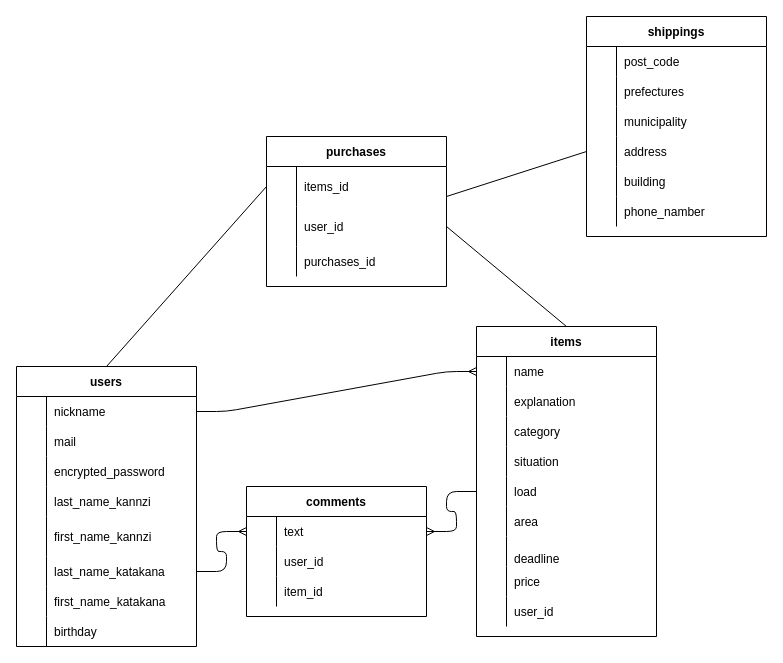
The draw.io diagram furima.dio in sidu1994/furima-37917, before the edit. Source tidied: cells renumbered, new cells numbered last; positions are measured from the earlier drawing's top-left corner, leaving out a move shared by most shapes. Both pictures are drawn from the tidied source at 100%, with x=0, y=0 at pixel (16, 16).
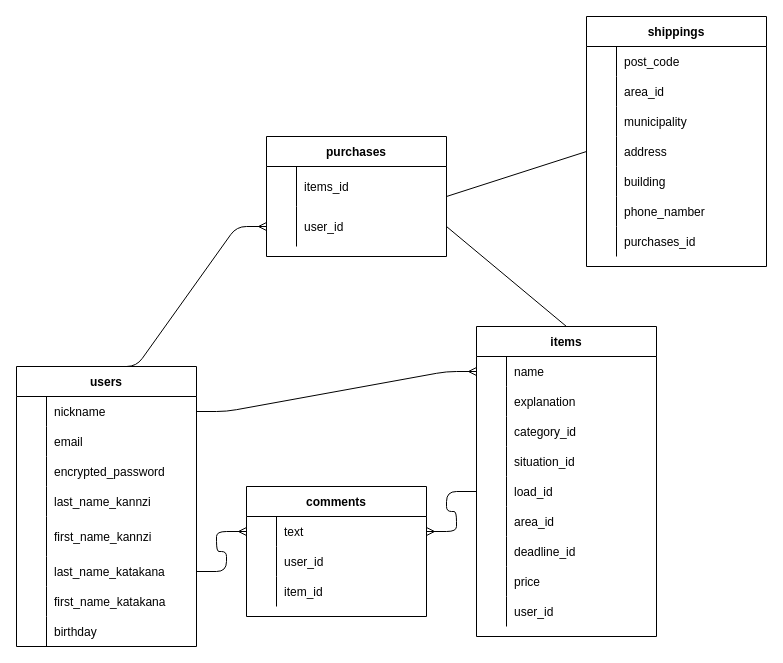
After the change.

Unchanged cells that the change refers to:
```xml
<mxCell id="2" value="users" style="shape=table;startSize=30;childLayout=tableLayout;rowLines=0;fontStyle=1;align=center;" parent="1" vertex="1">
  <mxGeometry y="350" width="180" height="280" as="geometry" />
</mxCell>
<mxCell id="6" style="shape=partialRectangle;fillColor=none;top=0;left=0;bottom=0;right=0;verticalAlign=middle;" parent="2" vertex="1">
  <mxGeometry y="60" width="180" height="30" as="geometry" />
</mxCell>
<mxCell id="34" style="shape=partialRectangle;fillColor=none;top=0;left=0;bottom=0;right=0;" parent="27" vertex="1">
  <mxGeometry y="90" width="180" height="30" as="geometry" />
</mxCell>
<mxCell id="37" style="shape=partialRectangle;fillColor=none;top=0;left=0;bottom=0;right=0;" parent="27" vertex="1">
  <mxGeometry y="120" width="180" height="30" as="geometry" />
</mxCell>
<mxCell id="40" style="shape=partialRectangle;fillColor=none;top=0;left=0;bottom=0;right=0;points=[[0,0.5],[1,0.5]];portConstraint=eastwest;" parent="27" vertex="1">
  <mxGeometry y="150" width="180" height="30" as="geometry" />
</mxCell>
<mxCell id="43" style="shape=partialRectangle;fillColor=none;top=0;left=0;bottom=0;right=0;" parent="27" vertex="1">
  <mxGeometry y="180" width="180" height="30" as="geometry" />
</mxCell>
<mxCell id="46" style="shape=partialRectangle;fillColor=none;top=0;left=0;bottom=0;right=0;" parent="27" vertex="1">
  <mxGeometry y="210" width="180" height="30" as="geometry" />
</mxCell>
<mxCell id="69" style="shape=partialRectangle;fillColor=none;top=0;left=0;bottom=0;right=0;" parent="65" vertex="1">
  <mxGeometry y="60" width="180" height="30" as="geometry" />
</mxCell>
<mxCell id="90" style="shape=partialRectangle;fillColor=none;top=0;left=0;bottom=0;right=0;points=[[0,0.5],[1,0.5]];portConstraint=eastwest;" parent="89" vertex="1">
  <mxGeometry y="30" width="180" height="40" as="geometry" />
</mxCell>
<mxCell id="93" style="shape=partialRectangle;fillColor=none;top=0;left=0;bottom=0;right=0;points=[[0,0.5],[1,0.5]];portConstraint=eastwest;" parent="89" vertex="1">
  <mxGeometry y="70" width="180" height="40" as="geometry" />
</mxCell>
```

Diff of the diagram source:
```diff
@@
-    <mxCell id="8" value="mail" style="shape=partialRectangle;fillColor=none;top=0;left=0;bottom=0;right=0;align=left;spacingLeft=6;overflow=hidden;verticalAlign=middle;" parent="6" vertex="1">
+    <mxCell id="8" value="email" style="shape=partialRectangle;fillColor=none;top=0;left=0;bottom=0;right=0;align=left;spacingLeft=6;overflow=hidden;verticalAlign=middle;" parent="6" vertex="1">
       <mxGeometry x="30" width="150" height="30" as="geometry" />
     </mxCell>
@@
-    <mxCell id="36" value="category" style="shape=partialRectangle;fillColor=none;top=0;left=0;bottom=0;right=0;align=left;spacingLeft=6;overflow=hidden;" parent="34" vertex="1">
+    <mxCell id="36" value="category_id" style="shape=partialRectangle;fillColor=none;top=0;left=0;bottom=0;right=0;align=left;spacingLeft=6;overflow=hidden;" parent="34" vertex="1">
       <mxGeometry x="30" width="150" height="30" as="geometry" />
     </mxCell>
@@
-    <mxCell id="39" value="situation" style="shape=partialRectangle;fillColor=none;top=0;left=0;bottom=0;right=0;align=left;spacingLeft=6;overflow=hidden;" parent="37" vertex="1">
+    <mxCell id="39" value="situation_id" style="shape=partialRectangle;fillColor=none;top=0;left=0;bottom=0;right=0;align=left;spacingLeft=6;overflow=hidden;" parent="37" vertex="1">
       <mxGeometry x="30" width="150" height="30" as="geometry" />
     </mxCell>
@@
-    <mxCell id="42" value="load" style="shape=partialRectangle;fillColor=none;top=0;left=0;bottom=0;right=0;align=left;spacingLeft=6;overflow=hidden;" parent="40" vertex="1">
+    <mxCell id="42" value="load_id" style="shape=partialRectangle;fillColor=none;top=0;left=0;bottom=0;right=0;align=left;spacingLeft=6;overflow=hidden;" parent="40" vertex="1">
       <mxGeometry x="30" width="150" height="30" as="geometry" />
     </mxCell>
@@
-    <mxCell id="45" value="area" style="shape=partialRectangle;fillColor=none;top=0;left=0;bottom=0;right=0;align=left;spacingLeft=6;overflow=hidden;" parent="43" vertex="1">
+    <mxCell id="45" value="area_id" style="shape=partialRectangle;fillColor=none;top=0;left=0;bottom=0;right=0;align=left;spacingLeft=6;overflow=hidden;" parent="43" vertex="1">
       <mxGeometry x="30" width="150" height="30" as="geometry" />
     </mxCell>
@@
-    <mxCell id="48" value="&#10;deadline&#10;" style="shape=partialRectangle;fillColor=none;top=0;left=0;bottom=0;right=0;align=left;spacingLeft=6;overflow=hidden;" parent="46" vertex="1">
+    <mxCell id="48" value="deadline_id" style="shape=partialRectangle;fillColor=none;top=0;left=0;bottom=0;right=0;align=left;spacingLeft=6;overflow=hidden;" parent="46" vertex="1">
       <mxGeometry x="30" width="150" height="30" as="geometry" />
     </mxCell>
@@
     <mxCell id="65" value="shippings" style="shape=table;startSize=30;childLayout=tableLayout;rowLines=0;fontStyle=1;align=center;" parent="1" vertex="1">
-      <mxGeometry x="570" width="180" height="220" as="geometry" />
+      <mxGeometry x="570" width="180" height="250" as="geometry" />
     </mxCell>
@@
-    <mxCell id="71" value="prefectures" style="shape=partialRectangle;fillColor=none;top=0;left=0;bottom=0;right=0;align=left;spacingLeft=6;overflow=hidden;" parent="69" vertex="1">
+    <mxCell id="71" value="area_id" style="shape=partialRectangle;fillColor=none;top=0;left=0;bottom=0;right=0;align=left;spacingLeft=6;overflow=hidden;" parent="69" vertex="1">
       <mxGeometry x="30" width="150" height="30" as="geometry" />
     </mxCell>
@@
+    <mxCell id="96" style="shape=partialRectangle;fillColor=none;top=0;left=0;bottom=0;right=0;" parent="65" vertex="1">
+      <mxGeometry y="210" width="180" height="30" as="geometry" />
+    </mxCell>
+    <mxCell id="97" style="shape=partialRectangle;fillColor=none;top=0;left=0;bottom=0;right=0;overflow=hidden;" parent="96" vertex="1">
+      <mxGeometry width="30" height="30" as="geometry" />
+    </mxCell>
+    <mxCell id="98" value="purchases_id" style="shape=partialRectangle;fillColor=none;top=0;left=0;bottom=0;right=0;align=left;spacingLeft=6;overflow=hidden;" parent="96" vertex="1">
+      <mxGeometry x="30" width="150" height="30" as="geometry" />
+    </mxCell>
@@
-    <mxCell id="88" style="endArrow=none;html=1;exitX=0.5;exitY=0;exitDx=0;exitDy=0;entryX=0;entryY=0.5;entryDx=0;entryDy=0;" parent="1" edge="1" source="2" target="90">
-      <mxGeometry relative="1" as="geometry" />
-    </mxCell>
     <mxCell id="89" value="purchases" style="shape=table;startSize=30;childLayout=tableLayout;rowLines=0;fontStyle=1;align=center;" parent="1" vertex="1">
-      <mxGeometry x="250" y="120" width="180" height="150" as="geometry" />
+      <mxGeometry x="250" y="120" width="180" height="120" as="geometry" />
     </mxCell>
@@
-    <mxCell id="96" style="shape=partialRectangle;fillColor=none;top=0;left=0;bottom=0;right=0;" parent="89" vertex="1">
-      <mxGeometry y="110" width="180" height="30" as="geometry" />
-    </mxCell>
-    <mxCell id="97" style="shape=partialRectangle;fillColor=none;top=0;left=0;bottom=0;right=0;overflow=hidden;" parent="96" vertex="1">
-      <mxGeometry width="30" height="30" as="geometry" />
-    </mxCell>
-    <mxCell id="98" value="purchases_id" style="shape=partialRectangle;fillColor=none;top=0;left=0;bottom=0;right=0;align=left;spacingLeft=6;overflow=hidden;" parent="96" vertex="1">
-      <mxGeometry x="30" width="150" height="30" as="geometry" />
-    </mxCell>
@@
+    <mxCell id="100" style="edgeStyle=entityRelationEdgeStyle;fontSize=12;html=1;endArrow=ERmany;exitX=0.5;exitY=0;exitDx=0;exitDy=0;entryX=0;entryY=0.5;entryDx=0;entryDy=0;" parent="1" edge="1" source="2" target="93">
+      <mxGeometry relative="1" as="geometry" />
+    </mxCell>
```
